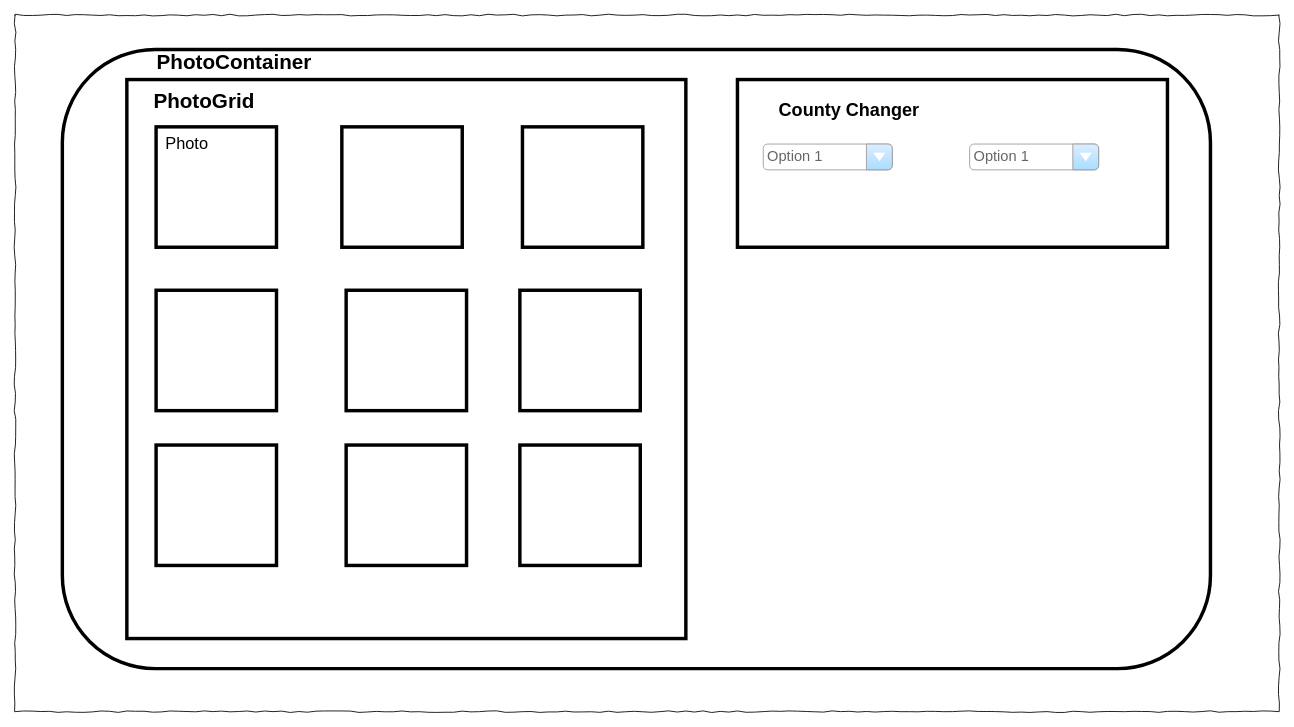
saerx/duchas_photographic_archive_viewer keeps this draw.io diagram as page "Page-2" (2 of 4) of src/Untitled Diagram.drawio. Above is the earlier version. Source tidied: cells renumbered, new cells numbered last; positions are measured from the earlier drawing's top-left corner, leaving out a move shared by most shapes. Both pictures are drawn from the tidied source at 86%, with x=0, y=0 at pixel (15, 15).
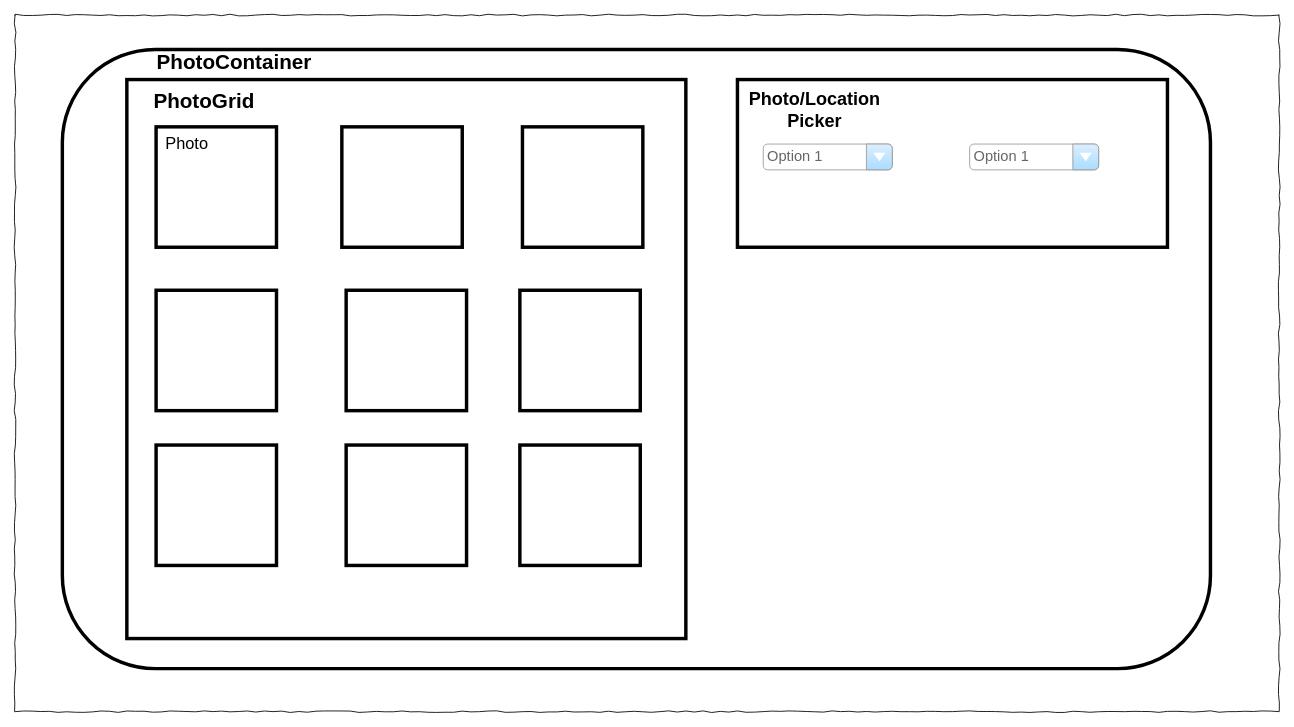
Above is the later version.

The edit, as a diff of the source:
```diff
@@
-    <mxCell id="19" value="County Changer" style="text;html=1;strokeColor=none;fillColor=none;align=center;verticalAlign=middle;whiteSpace=wrap;rounded=0;fontSize=21;fontStyle=1;" parent="1" vertex="1">
-      <mxGeometry x="860" y="90" width="220" height="40" as="geometry" />
+    <mxCell id="19" value="Photo/Location Picker" style="text;html=1;strokeColor=none;fillColor=none;align=center;verticalAlign=middle;whiteSpace=wrap;rounded=0;fontSize=21;fontStyle=1;" parent="1" vertex="1">
+      <mxGeometry x="910" y="100" width="40" height="20" as="geometry" />
     </mxCell>
```
